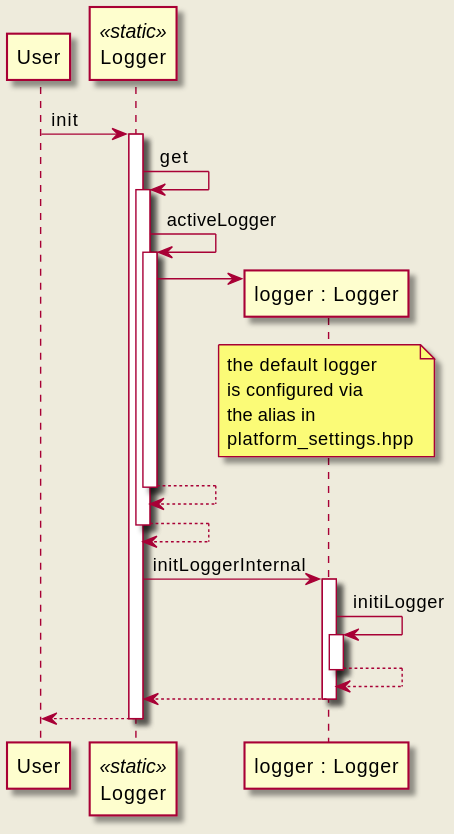
eclipse-iceoryx/iceoryx keeps this PlantUML diagram as doc/website/images/logger_compile_time_replacement.svg. Above is the earlier version. Its source is kept beside it as doc/design/diagrams/logging/logger_compile_time_replacement.puml. Its diagram source:
```plantuml
@startuml

participant User
participant Logger << static >>
participant "logger : Logger" as loggerInstance

User -> Logger ++ : init

Logger -> Logger ++ : get
Logger -> Logger ++ : activeLogger
Logger -> loggerInstance **
note over loggerInstance
  the default logger
  is configured via
  the alias in
  platform_settings.hpp
end note
return
return

Logger -> loggerInstance ++ : initLoggerInternal
loggerInstance -> loggerInstance ++ : initiLogger
return
return

return

@enduml
```
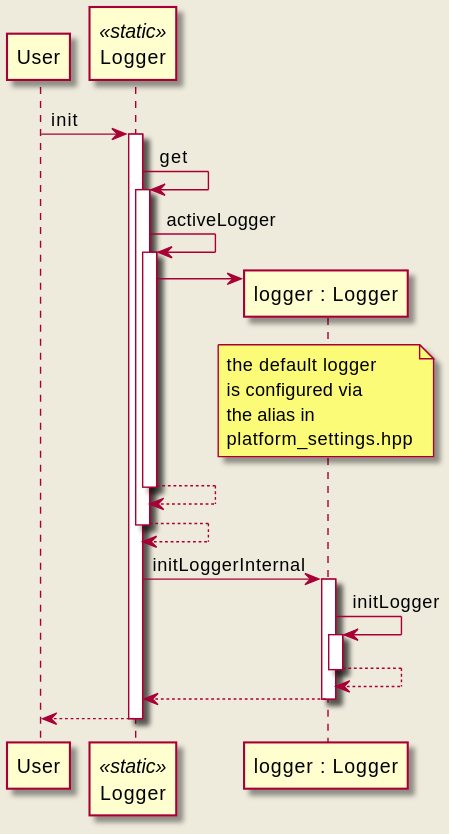
After the commit.

The edit, as a diff of the source:
```diff
@@ -19,7 +19,7 @@
 return
 
 Logger -> loggerInstance ++ : initLoggerInternal
-loggerInstance -> loggerInstance ++ : initiLogger
+loggerInstance -> loggerInstance ++ : initLogger
 return
 return
 
```
